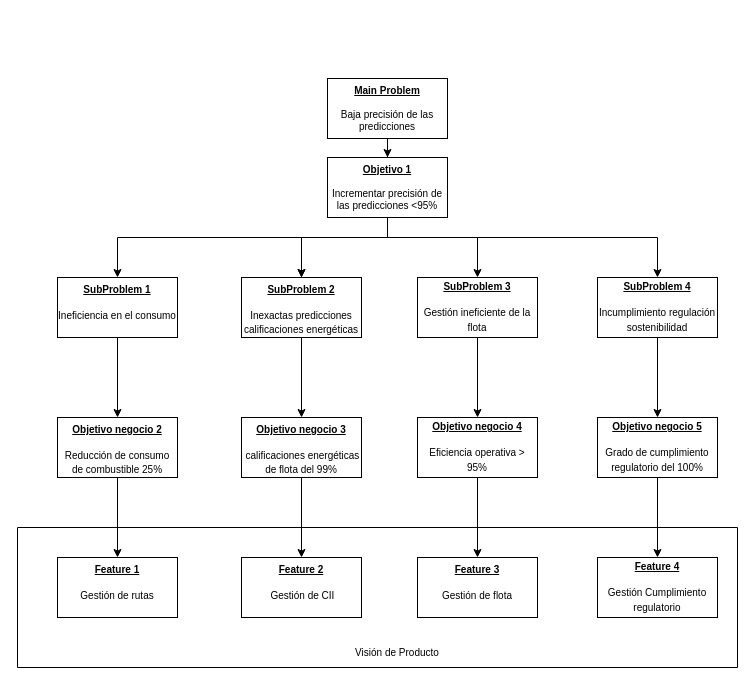
The draw.io diagram Untitled Diagram.drawio in jdiazfer/ADS_Practica1, before the edit. Source tidied: cells renumbered, new cells numbered last; positions are measured from the earlier drawing's top-left corner, leaving out a move shared by most shapes. Both pictures are drawn from the tidied source at 100%, with x=0, y=0 at pixel (17, 78).
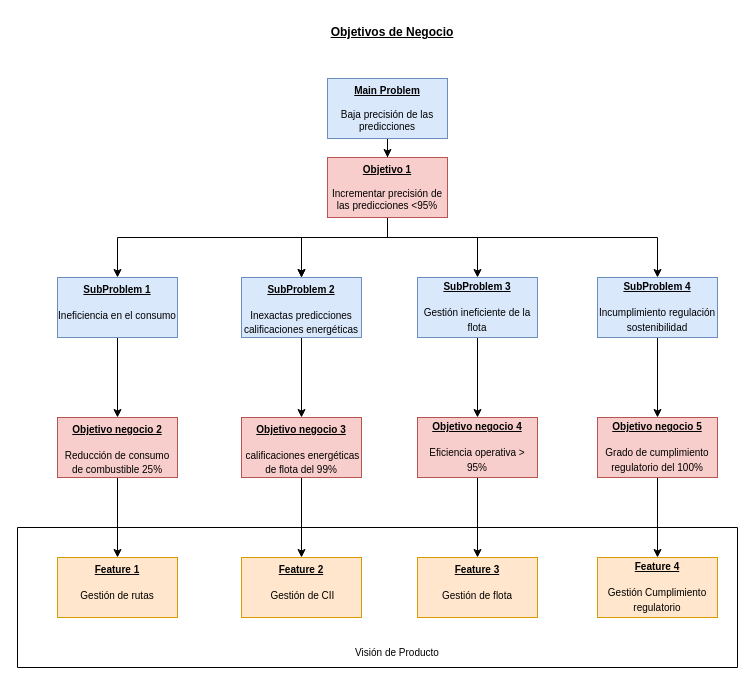
The same diagram, later.

Commit message:
Objetivos de negocio con colores v1.1

The edit, as a diff of the source:
```diff
@@
-    <mxCell id="3" value="&lt;div&gt;&lt;u&gt;&lt;b&gt;Main Problem&lt;/b&gt;&lt;/u&gt;&lt;/div&gt;&lt;div&gt;&lt;u&gt;&lt;b&gt;&lt;br&gt;&lt;/b&gt;&lt;/u&gt;&lt;/div&gt;&lt;div&gt;Baja precisión de las predicciones&lt;br&gt;&lt;/div&gt;" style="rounded=0;whiteSpace=wrap;html=1;fontSize=10;verticalAlign=top;" parent="1" vertex="1">
+    <mxCell id="3" value="&lt;div&gt;&lt;u&gt;&lt;b&gt;Main Problem&lt;/b&gt;&lt;/u&gt;&lt;/div&gt;&lt;div&gt;&lt;u&gt;&lt;b&gt;&lt;br&gt;&lt;/b&gt;&lt;/u&gt;&lt;/div&gt;&lt;div&gt;Baja precisión de las predicciones&lt;br&gt;&lt;/div&gt;" style="rounded=0;whiteSpace=wrap;html=1;fontSize=10;verticalAlign=top;fillColor=#dae8fc;strokeColor=#6c8ebf;" parent="1" vertex="1">
       <mxGeometry x="310" width="120" height="60" as="geometry" />
     </mxCell>
@@
-    <mxCell id="9" value="&lt;div style=&quot;font-size: 10px;&quot;&gt;&lt;font style=&quot;font-size: 10px;&quot;&gt;&lt;u&gt;&lt;b&gt;Objetivo 1&lt;br&gt;&lt;/b&gt;&lt;/u&gt;&lt;/font&gt;&lt;/div&gt;&lt;div style=&quot;font-size: 10px;&quot;&gt;&lt;font style=&quot;font-size: 10px;&quot;&gt;&lt;u&gt;&lt;b&gt;&lt;br&gt;&lt;/b&gt;&lt;/u&gt;&lt;/font&gt;&lt;/div&gt;&lt;div style=&quot;font-size: 10px;&quot;&gt;&lt;font style=&quot;font-size: 10px;&quot;&gt;&lt;font style=&quot;font-size: 10px;&quot;&gt;Incrementar precisión de las predicciones &amp;lt;95%&lt;/font&gt;&lt;br&gt;&lt;/font&gt;&lt;/div&gt;" style="rounded=0;whiteSpace=wrap;html=1;" parent="1" vertex="1">
+    <mxCell id="9" value="&lt;div style=&quot;font-size: 10px;&quot;&gt;&lt;font style=&quot;font-size: 10px;&quot;&gt;&lt;u&gt;&lt;b&gt;Objetivo 1&lt;br&gt;&lt;/b&gt;&lt;/u&gt;&lt;/font&gt;&lt;/div&gt;&lt;div style=&quot;font-size: 10px;&quot;&gt;&lt;font style=&quot;font-size: 10px;&quot;&gt;&lt;u&gt;&lt;b&gt;&lt;br&gt;&lt;/b&gt;&lt;/u&gt;&lt;/font&gt;&lt;/div&gt;&lt;div style=&quot;font-size: 10px;&quot;&gt;&lt;font style=&quot;font-size: 10px;&quot;&gt;&lt;font style=&quot;font-size: 10px;&quot;&gt;Incrementar precisión de las predicciones &amp;lt;95%&lt;/font&gt;&lt;br&gt;&lt;/font&gt;&lt;/div&gt;" style="rounded=0;whiteSpace=wrap;html=1;fillColor=#f8cecc;strokeColor=#b85450;" parent="1" vertex="1">
       <mxGeometry x="310" y="79" width="120" height="60" as="geometry" />
     </mxCell>
@@
-    <mxCell id="11" value="&lt;div style=&quot;font-size: 10px;&quot;&gt;&lt;font style=&quot;font-size: 10px;&quot;&gt;&lt;u&gt;&lt;b&gt;SubProblem 1&lt;br&gt;&lt;/b&gt;&lt;/u&gt;&lt;/font&gt;&lt;/div&gt;&lt;div style=&quot;font-size: 10px;&quot;&gt;&lt;font style=&quot;font-size: 10px;&quot;&gt;&lt;u&gt;&lt;b&gt;&lt;br&gt;&lt;/b&gt;&lt;/u&gt;&lt;/font&gt;&lt;/div&gt;&lt;font style=&quot;font-size: 10px;&quot;&gt;Ineficiencia en el consumo&lt;u&gt;&lt;b&gt;&lt;br&gt;&lt;/b&gt;&lt;/u&gt;&lt;/font&gt;" style="rounded=0;whiteSpace=wrap;html=1;verticalAlign=top;" parent="1" vertex="1">
+    <mxCell id="11" value="&lt;div style=&quot;font-size: 10px;&quot;&gt;&lt;font style=&quot;font-size: 10px;&quot;&gt;&lt;u&gt;&lt;b&gt;SubProblem 1&lt;br&gt;&lt;/b&gt;&lt;/u&gt;&lt;/font&gt;&lt;/div&gt;&lt;div style=&quot;font-size: 10px;&quot;&gt;&lt;font style=&quot;font-size: 10px;&quot;&gt;&lt;u&gt;&lt;b&gt;&lt;br&gt;&lt;/b&gt;&lt;/u&gt;&lt;/font&gt;&lt;/div&gt;&lt;font style=&quot;font-size: 10px;&quot;&gt;Ineficiencia en el consumo&lt;u&gt;&lt;b&gt;&lt;br&gt;&lt;/b&gt;&lt;/u&gt;&lt;/font&gt;" style="rounded=0;whiteSpace=wrap;html=1;verticalAlign=top;fillColor=#dae8fc;strokeColor=#6c8ebf;" parent="1" vertex="1">
       <mxGeometry x="40" y="199" width="120" height="60" as="geometry" />
     </mxCell>
@@
-    <mxCell id="13" value="&lt;div style=&quot;font-size: 10px;&quot;&gt;&lt;font style=&quot;font-size: 10px;&quot;&gt;&lt;u&gt;&lt;b&gt;SubProblem 2&lt;br&gt;&lt;/b&gt;&lt;/u&gt;&lt;/font&gt;&lt;/div&gt;&lt;div style=&quot;font-size: 10px;&quot;&gt;&lt;font style=&quot;font-size: 10px;&quot;&gt;&lt;u&gt;&lt;b&gt;&lt;br&gt;&lt;/b&gt;&lt;/u&gt;&lt;/font&gt;&lt;/div&gt;&lt;font style=&quot;font-size: 10px;&quot;&gt;Inexactas predicciones calificaciones energéticas&lt;br&gt;&lt;/font&gt;" style="rounded=0;whiteSpace=wrap;html=1;verticalAlign=top;" parent="1" vertex="1">
+    <mxCell id="13" value="&lt;div style=&quot;font-size: 10px;&quot;&gt;&lt;font style=&quot;font-size: 10px;&quot;&gt;&lt;u&gt;&lt;b&gt;SubProblem 2&lt;br&gt;&lt;/b&gt;&lt;/u&gt;&lt;/font&gt;&lt;/div&gt;&lt;div style=&quot;font-size: 10px;&quot;&gt;&lt;font style=&quot;font-size: 10px;&quot;&gt;&lt;u&gt;&lt;b&gt;&lt;br&gt;&lt;/b&gt;&lt;/u&gt;&lt;/font&gt;&lt;/div&gt;&lt;font style=&quot;font-size: 10px;&quot;&gt;Inexactas predicciones calificaciones energéticas&lt;br&gt;&lt;/font&gt;" style="rounded=0;whiteSpace=wrap;html=1;verticalAlign=top;fillColor=#dae8fc;strokeColor=#6c8ebf;" parent="1" vertex="1">
       <mxGeometry x="224" y="199" width="120" height="60" as="geometry" />
     </mxCell>
@@
-    <mxCell id="15" value="&lt;div style=&quot;font-size: 10px; line-height: 120%;&quot;&gt;&lt;font style=&quot;font-size: 10px;&quot;&gt;&lt;u&gt;&lt;b&gt;SubProblem 3&lt;br&gt;&lt;/b&gt;&lt;/u&gt;&lt;/font&gt;&lt;/div&gt;&lt;div style=&quot;font-size: 10px;&quot;&gt;&lt;font style=&quot;font-size: 10px;&quot;&gt;&lt;u&gt;&lt;b&gt;&lt;br&gt;&lt;/b&gt;&lt;/u&gt;&lt;/font&gt;&lt;/div&gt;&lt;font style=&quot;font-size: 10px;&quot;&gt;Gestión ineficiente de la flota&lt;/font&gt;" style="rounded=0;whiteSpace=wrap;html=1;" parent="1" vertex="1">
+    <mxCell id="15" value="&lt;div style=&quot;font-size: 10px; line-height: 120%;&quot;&gt;&lt;font style=&quot;font-size: 10px;&quot;&gt;&lt;u&gt;&lt;b&gt;SubProblem 3&lt;br&gt;&lt;/b&gt;&lt;/u&gt;&lt;/font&gt;&lt;/div&gt;&lt;div style=&quot;font-size: 10px;&quot;&gt;&lt;font style=&quot;font-size: 10px;&quot;&gt;&lt;u&gt;&lt;b&gt;&lt;br&gt;&lt;/b&gt;&lt;/u&gt;&lt;/font&gt;&lt;/div&gt;&lt;font style=&quot;font-size: 10px;&quot;&gt;Gestión ineficiente de la flota&lt;/font&gt;" style="rounded=0;whiteSpace=wrap;html=1;fillColor=#dae8fc;strokeColor=#6c8ebf;" parent="1" vertex="1">
       <mxGeometry x="400" y="199" width="120" height="60" as="geometry" />
     </mxCell>
@@
-    <mxCell id="17" value="&lt;div style=&quot;font-size: 10px;&quot;&gt;&lt;font style=&quot;font-size: 10px;&quot;&gt;&lt;u&gt;&lt;b&gt;SubProblem 4&lt;br&gt;&lt;/b&gt;&lt;/u&gt;&lt;/font&gt;&lt;/div&gt;&lt;div style=&quot;font-size: 10px;&quot;&gt;&lt;font style=&quot;font-size: 10px;&quot;&gt;&lt;u&gt;&lt;b&gt;&lt;br&gt;&lt;/b&gt;&lt;/u&gt;&lt;/font&gt;&lt;/div&gt;&lt;font style=&quot;font-size: 10px;&quot;&gt;Incumplimiento regulación sostenibilidad&lt;br&gt;&lt;/font&gt;" style="rounded=0;whiteSpace=wrap;html=1;" parent="1" vertex="1">
+    <mxCell id="17" value="&lt;div style=&quot;font-size: 10px;&quot;&gt;&lt;font style=&quot;font-size: 10px;&quot;&gt;&lt;u&gt;&lt;b&gt;SubProblem 4&lt;br&gt;&lt;/b&gt;&lt;/u&gt;&lt;/font&gt;&lt;/div&gt;&lt;div style=&quot;font-size: 10px;&quot;&gt;&lt;font style=&quot;font-size: 10px;&quot;&gt;&lt;u&gt;&lt;b&gt;&lt;br&gt;&lt;/b&gt;&lt;/u&gt;&lt;/font&gt;&lt;/div&gt;&lt;font style=&quot;font-size: 10px;&quot;&gt;Incumplimiento regulación sostenibilidad&lt;br&gt;&lt;/font&gt;" style="rounded=0;whiteSpace=wrap;html=1;fillColor=#dae8fc;strokeColor=#6c8ebf;" parent="1" vertex="1">
       <mxGeometry x="580" y="199" width="120" height="60" as="geometry" />
     </mxCell>
@@
-    <mxCell id="19" value="&lt;div style=&quot;font-size: 10px;&quot;&gt;&lt;font style=&quot;font-size: 10px;&quot;&gt;&lt;u&gt;&lt;b&gt;Objetivo negocio 2&lt;br&gt;&lt;/b&gt;&lt;/u&gt;&lt;/font&gt;&lt;/div&gt;&lt;div style=&quot;font-size: 10px;&quot;&gt;&lt;font style=&quot;font-size: 10px;&quot;&gt;&lt;u&gt;&lt;b&gt;&lt;br&gt;&lt;/b&gt;&lt;/u&gt;&lt;/font&gt;&lt;/div&gt;&lt;font style=&quot;font-size: 10px;&quot;&gt;Reducción de consumo de combustible 25%&lt;u&gt;&lt;b&gt;&lt;br&gt;&lt;/b&gt;&lt;/u&gt;&lt;/font&gt;" style="rounded=0;whiteSpace=wrap;html=1;verticalAlign=top;" parent="1" vertex="1">
+    <mxCell id="19" value="&lt;div style=&quot;font-size: 10px;&quot;&gt;&lt;font style=&quot;font-size: 10px;&quot;&gt;&lt;u&gt;&lt;b&gt;Objetivo negocio 2&lt;br&gt;&lt;/b&gt;&lt;/u&gt;&lt;/font&gt;&lt;/div&gt;&lt;div style=&quot;font-size: 10px;&quot;&gt;&lt;font style=&quot;font-size: 10px;&quot;&gt;&lt;u&gt;&lt;b&gt;&lt;br&gt;&lt;/b&gt;&lt;/u&gt;&lt;/font&gt;&lt;/div&gt;&lt;font style=&quot;font-size: 10px;&quot;&gt;Reducción de consumo de combustible 25%&lt;u&gt;&lt;b&gt;&lt;br&gt;&lt;/b&gt;&lt;/u&gt;&lt;/font&gt;" style="rounded=0;whiteSpace=wrap;html=1;verticalAlign=top;fillColor=#f8cecc;strokeColor=#b85450;" parent="1" vertex="1">
       <mxGeometry x="40" y="339" width="120" height="60" as="geometry" />
     </mxCell>
@@
-    <mxCell id="21" value="&lt;div style=&quot;font-size: 10px;&quot;&gt;&lt;font style=&quot;font-size: 10px;&quot;&gt;&lt;u&gt;&lt;b&gt;Objetivo negocio 3&lt;br&gt;&lt;/b&gt;&lt;/u&gt;&lt;/font&gt;&lt;/div&gt;&lt;div style=&quot;font-size: 10px;&quot;&gt;&lt;font style=&quot;font-size: 10px;&quot;&gt;&lt;u&gt;&lt;b&gt;&lt;br&gt;&lt;/b&gt;&lt;/u&gt;&lt;/font&gt;&lt;/div&gt;&lt;font style=&quot;font-size: 10px;&quot;&gt;&amp;nbsp;calificaciones energéticas de flota del 99%&lt;br&gt;&lt;/font&gt;" style="rounded=0;whiteSpace=wrap;html=1;verticalAlign=top;" parent="1" vertex="1">
+    <mxCell id="21" value="&lt;div style=&quot;font-size: 10px;&quot;&gt;&lt;font style=&quot;font-size: 10px;&quot;&gt;&lt;u&gt;&lt;b&gt;Objetivo negocio 3&lt;br&gt;&lt;/b&gt;&lt;/u&gt;&lt;/font&gt;&lt;/div&gt;&lt;div style=&quot;font-size: 10px;&quot;&gt;&lt;font style=&quot;font-size: 10px;&quot;&gt;&lt;u&gt;&lt;b&gt;&lt;br&gt;&lt;/b&gt;&lt;/u&gt;&lt;/font&gt;&lt;/div&gt;&lt;font style=&quot;font-size: 10px;&quot;&gt;&amp;nbsp;calificaciones energéticas de flota del 99%&lt;br&gt;&lt;/font&gt;" style="rounded=0;whiteSpace=wrap;html=1;verticalAlign=top;fillColor=#f8cecc;strokeColor=#b85450;" parent="1" vertex="1">
       <mxGeometry x="224" y="339" width="120" height="60" as="geometry" />
     </mxCell>
@@
-    <mxCell id="23" value="&lt;div style=&quot;font-size: 10px; line-height: 120%;&quot;&gt;&lt;font style=&quot;font-size: 10px;&quot;&gt;&lt;u&gt;&lt;b&gt;Objetivo negocio 4&lt;br&gt;&lt;/b&gt;&lt;/u&gt;&lt;/font&gt;&lt;/div&gt;&lt;div style=&quot;font-size: 10px;&quot;&gt;&lt;font style=&quot;font-size: 10px;&quot;&gt;&lt;u&gt;&lt;b&gt;&lt;br&gt;&lt;/b&gt;&lt;/u&gt;&lt;/font&gt;&lt;/div&gt;&lt;font style=&quot;font-size: 10px;&quot;&gt;Eficiencia operativa &amp;gt; 95%&lt;br&gt;&lt;/font&gt;" style="rounded=0;whiteSpace=wrap;html=1;" parent="1" vertex="1">
+    <mxCell id="23" value="&lt;div style=&quot;font-size: 10px; line-height: 120%;&quot;&gt;&lt;font style=&quot;font-size: 10px;&quot;&gt;&lt;u&gt;&lt;b&gt;Objetivo negocio 4&lt;br&gt;&lt;/b&gt;&lt;/u&gt;&lt;/font&gt;&lt;/div&gt;&lt;div style=&quot;font-size: 10px;&quot;&gt;&lt;font style=&quot;font-size: 10px;&quot;&gt;&lt;u&gt;&lt;b&gt;&lt;br&gt;&lt;/b&gt;&lt;/u&gt;&lt;/font&gt;&lt;/div&gt;&lt;font style=&quot;font-size: 10px;&quot;&gt;Eficiencia operativa &amp;gt; 95%&lt;br&gt;&lt;/font&gt;" style="rounded=0;whiteSpace=wrap;html=1;fillColor=#f8cecc;strokeColor=#b85450;" parent="1" vertex="1">
       <mxGeometry x="400" y="339" width="120" height="60" as="geometry" />
     </mxCell>
@@
-    <mxCell id="25" value="&lt;div style=&quot;font-size: 10px;&quot;&gt;&lt;font style=&quot;font-size: 10px;&quot;&gt;&lt;u&gt;&lt;b&gt;Objetivo negocio 5&lt;br&gt;&lt;/b&gt;&lt;/u&gt;&lt;/font&gt;&lt;/div&gt;&lt;div style=&quot;font-size: 10px;&quot;&gt;&lt;font style=&quot;font-size: 10px;&quot;&gt;&lt;u&gt;&lt;b&gt;&lt;br&gt;&lt;/b&gt;&lt;/u&gt;&lt;/font&gt;&lt;/div&gt;&lt;font style=&quot;font-size: 10px;&quot;&gt;Grado de cumplimiento regulatorio del 100%&lt;br&gt;&lt;/font&gt;" style="rounded=0;whiteSpace=wrap;html=1;" parent="1" vertex="1">
+    <mxCell id="25" value="&lt;div style=&quot;font-size: 10px;&quot;&gt;&lt;font style=&quot;font-size: 10px;&quot;&gt;&lt;u&gt;&lt;b&gt;Objetivo negocio 5&lt;br&gt;&lt;/b&gt;&lt;/u&gt;&lt;/font&gt;&lt;/div&gt;&lt;div style=&quot;font-size: 10px;&quot;&gt;&lt;font style=&quot;font-size: 10px;&quot;&gt;&lt;u&gt;&lt;b&gt;&lt;br&gt;&lt;/b&gt;&lt;/u&gt;&lt;/font&gt;&lt;/div&gt;&lt;font style=&quot;font-size: 10px;&quot;&gt;Grado de cumplimiento regulatorio del 100%&lt;br&gt;&lt;/font&gt;" style="rounded=0;whiteSpace=wrap;html=1;fillColor=#f8cecc;strokeColor=#b85450;" parent="1" vertex="1">
       <mxGeometry x="580" y="339" width="120" height="60" as="geometry" />
     </mxCell>
-    <mxCell id="26" value="&lt;div style=&quot;font-size: 10px;&quot;&gt;&lt;font style=&quot;font-size: 10px;&quot;&gt;&lt;u&gt;&lt;b&gt;Feature 1&lt;br&gt;&lt;/b&gt;&lt;/u&gt;&lt;/font&gt;&lt;/div&gt;&lt;div style=&quot;font-size: 10px;&quot;&gt;&lt;font style=&quot;font-size: 10px;&quot;&gt;&lt;u&gt;&lt;b&gt;&lt;br&gt;&lt;/b&gt;&lt;/u&gt;&lt;/font&gt;&lt;/div&gt;&lt;font style=&quot;font-size: 10px;&quot;&gt;Gestión de rutas&lt;u&gt;&lt;b&gt;&lt;br&gt;&lt;/b&gt;&lt;/u&gt;&lt;/font&gt;" style="rounded=0;whiteSpace=wrap;html=1;verticalAlign=top;" parent="1" vertex="1">
+    <mxCell id="26" value="&lt;div style=&quot;font-size: 10px;&quot;&gt;&lt;font style=&quot;font-size: 10px;&quot;&gt;&lt;u&gt;&lt;b&gt;Feature 1&lt;br&gt;&lt;/b&gt;&lt;/u&gt;&lt;/font&gt;&lt;/div&gt;&lt;div style=&quot;font-size: 10px;&quot;&gt;&lt;font style=&quot;font-size: 10px;&quot;&gt;&lt;u&gt;&lt;b&gt;&lt;br&gt;&lt;/b&gt;&lt;/u&gt;&lt;/font&gt;&lt;/div&gt;&lt;font style=&quot;font-size: 10px;&quot;&gt;Gestión de rutas&lt;u&gt;&lt;b&gt;&lt;br&gt;&lt;/b&gt;&lt;/u&gt;&lt;/font&gt;" style="rounded=0;whiteSpace=wrap;html=1;verticalAlign=top;fillColor=#ffe6cc;strokeColor=#d79b00;" parent="1" vertex="1">
       <mxGeometry x="40" y="479" width="120" height="60" as="geometry" />
     </mxCell>
-    <mxCell id="27" value="&lt;div style=&quot;font-size: 10px;&quot;&gt;&lt;font style=&quot;font-size: 10px;&quot;&gt;&lt;u&gt;&lt;b&gt;Feature 2&lt;br&gt;&lt;/b&gt;&lt;/u&gt;&lt;/font&gt;&lt;/div&gt;&lt;div style=&quot;font-size: 10px;&quot;&gt;&lt;font style=&quot;font-size: 10px;&quot;&gt;&lt;u&gt;&lt;b&gt;&lt;br&gt;&lt;/b&gt;&lt;/u&gt;&lt;/font&gt;&lt;/div&gt;&lt;font style=&quot;font-size: 10px;&quot;&gt;&amp;nbsp;Gestión de CII&lt;br&gt;&lt;/font&gt;" style="rounded=0;whiteSpace=wrap;html=1;verticalAlign=top;" parent="1" vertex="1">
+    <mxCell id="27" value="&lt;div style=&quot;font-size: 10px;&quot;&gt;&lt;font style=&quot;font-size: 10px;&quot;&gt;&lt;u&gt;&lt;b&gt;Feature 2&lt;br&gt;&lt;/b&gt;&lt;/u&gt;&lt;/font&gt;&lt;/div&gt;&lt;div style=&quot;font-size: 10px;&quot;&gt;&lt;font style=&quot;font-size: 10px;&quot;&gt;&lt;u&gt;&lt;b&gt;&lt;br&gt;&lt;/b&gt;&lt;/u&gt;&lt;/font&gt;&lt;/div&gt;&lt;font style=&quot;font-size: 10px;&quot;&gt;&amp;nbsp;Gestión de CII&lt;br&gt;&lt;/font&gt;" style="rounded=0;whiteSpace=wrap;html=1;verticalAlign=top;fillColor=#ffe6cc;strokeColor=#d79b00;" parent="1" vertex="1">
       <mxGeometry x="224" y="479" width="120" height="60" as="geometry" />
     </mxCell>
-    <mxCell id="28" value="&lt;div style=&quot;font-size: 10px; line-height: 120%;&quot;&gt;&lt;font style=&quot;font-size: 10px;&quot;&gt;&lt;u&gt;&lt;b&gt;Feature 3&lt;br&gt;&lt;/b&gt;&lt;/u&gt;&lt;/font&gt;&lt;/div&gt;&lt;div style=&quot;font-size: 10px;&quot;&gt;&lt;font style=&quot;font-size: 10px;&quot;&gt;&lt;u&gt;&lt;b&gt;&lt;br&gt;&lt;/b&gt;&lt;/u&gt;&lt;/font&gt;&lt;/div&gt;&lt;font style=&quot;font-size: 10px;&quot;&gt;Gestión de flota&lt;br&gt;&lt;/font&gt;" style="rounded=0;whiteSpace=wrap;html=1;verticalAlign=top;" parent="1" vertex="1">
+    <mxCell id="28" value="&lt;div style=&quot;font-size: 10px; line-height: 120%;&quot;&gt;&lt;font style=&quot;font-size: 10px;&quot;&gt;&lt;u&gt;&lt;b&gt;Feature 3&lt;br&gt;&lt;/b&gt;&lt;/u&gt;&lt;/font&gt;&lt;/div&gt;&lt;div style=&quot;font-size: 10px;&quot;&gt;&lt;font style=&quot;font-size: 10px;&quot;&gt;&lt;u&gt;&lt;b&gt;&lt;br&gt;&lt;/b&gt;&lt;/u&gt;&lt;/font&gt;&lt;/div&gt;&lt;font style=&quot;font-size: 10px;&quot;&gt;Gestión de flota&lt;br&gt;&lt;/font&gt;" style="rounded=0;whiteSpace=wrap;html=1;verticalAlign=top;fillColor=#ffe6cc;strokeColor=#d79b00;" parent="1" vertex="1">
       <mxGeometry x="400" y="479" width="120" height="60" as="geometry" />
     </mxCell>
-    <mxCell id="29" value="&lt;div style=&quot;font-size: 10px;&quot;&gt;&lt;font style=&quot;font-size: 10px;&quot;&gt;&lt;u&gt;&lt;b&gt;Feature 4&lt;br&gt;&lt;/b&gt;&lt;/u&gt;&lt;/font&gt;&lt;/div&gt;&lt;div style=&quot;font-size: 10px;&quot;&gt;&lt;font style=&quot;font-size: 10px;&quot;&gt;&lt;u&gt;&lt;b&gt;&lt;br&gt;&lt;/b&gt;&lt;/u&gt;&lt;/font&gt;&lt;/div&gt;&lt;font style=&quot;font-size: 10px;&quot;&gt;Gestión Cumplimiento regulatorio&lt;br&gt;&lt;/font&gt;" style="rounded=0;whiteSpace=wrap;html=1;" parent="1" vertex="1">
+    <mxCell id="29" value="&lt;div style=&quot;font-size: 10px;&quot;&gt;&lt;font style=&quot;font-size: 10px;&quot;&gt;&lt;u&gt;&lt;b&gt;Feature 4&lt;br&gt;&lt;/b&gt;&lt;/u&gt;&lt;/font&gt;&lt;/div&gt;&lt;div style=&quot;font-size: 10px;&quot;&gt;&lt;font style=&quot;font-size: 10px;&quot;&gt;&lt;u&gt;&lt;b&gt;&lt;br&gt;&lt;/b&gt;&lt;/u&gt;&lt;/font&gt;&lt;/div&gt;&lt;font style=&quot;font-size: 10px;&quot;&gt;Gestión Cumplimiento regulatorio&lt;br&gt;&lt;/font&gt;" style="rounded=0;whiteSpace=wrap;html=1;fillColor=#ffe6cc;strokeColor=#d79b00;" parent="1" vertex="1">
       <mxGeometry x="580" y="479" width="120" height="60" as="geometry" />
     </mxCell>
@@
+    <mxCell id="32" value="&lt;b&gt;&lt;u&gt;Objetivos de Negocio&lt;/u&gt;&lt;/b&gt;" style="text;strokeColor=none;align=center;fillColor=none;html=1;verticalAlign=middle;whiteSpace=wrap;rounded=0;" parent="1" vertex="1">
+      <mxGeometry x="310" y="-61" width="130" height="30" as="geometry" />
+    </mxCell>
```
